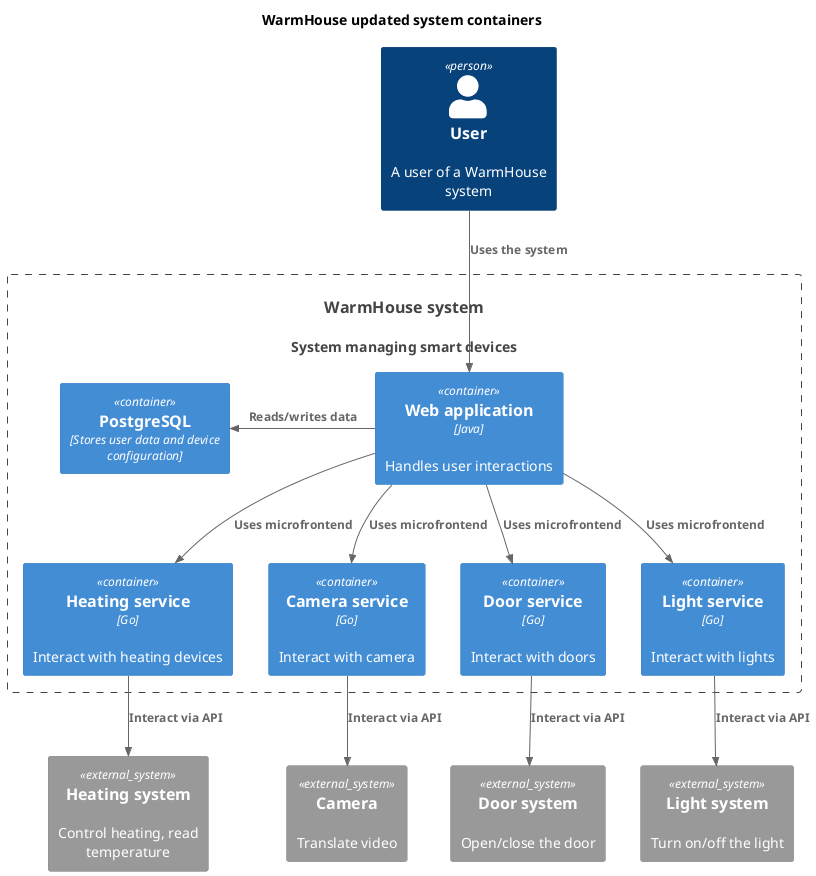
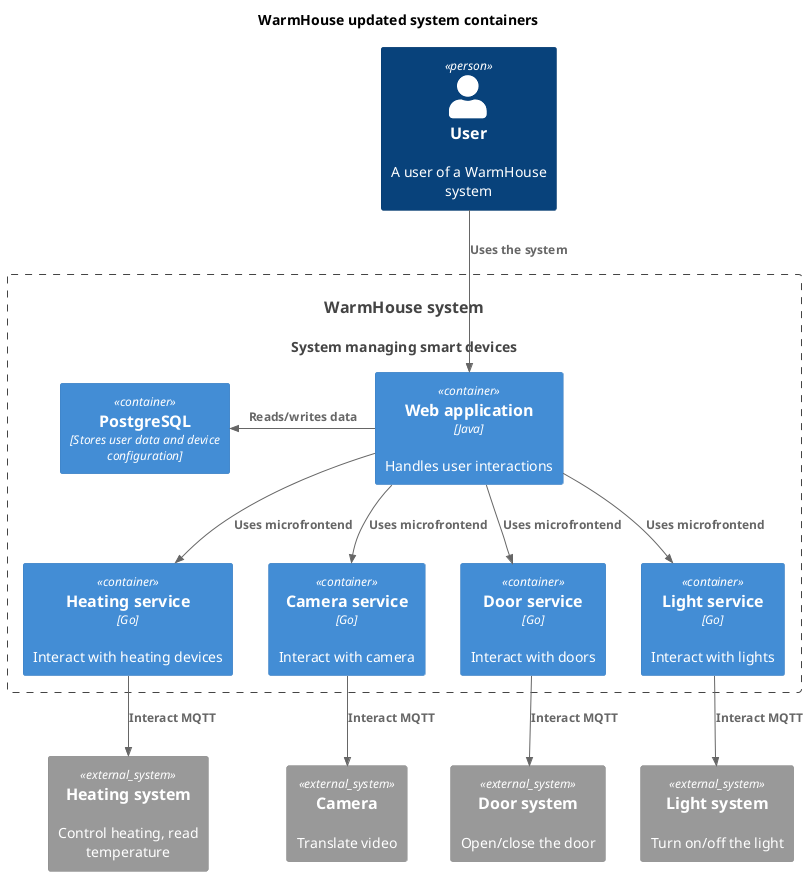
@startuml WarmHouse_containers

title WarmHouse updated system containers

top to bottom direction

'!includeurl https://raw.githubusercontent.com/RicardoNiepel/C4-PlantUML/master/C4_Component.puml
!include <C4/C4_Component.puml>

Person(user, "User", "A user of a WarmHouse system")
System(WarmHouseSystem, "WarmHouse system", "System managing smart devices")

Container_Boundary(WarmHouseSystem, "WarmHouse system") {
    Container(WebApp, "Web application", "Java", "Handles user interactions")
    Container(Database, "PostgreSQL", "Stores user data and device configuration")
    Container(TemperatureService, "Heating service", "Go", "Interact with heating devices")
    Container(CameraService, "Camera service", "Go", "Interact with camera")
    Container(DoorService, "Door service", "Go", "Interact with doors")
    Container(LightService, "Light service", "Go", "Interact with lights")

}

System_Ext(TemperatureDev, "Heating system", "Control heating, read temperature")
System_Ext(Camera, "Camera", "Translate video")
System_Ext(Doors, "Door system", "Open/close the door")
System_Ext(LightDev, "Light system", "Turn on/off the light")

Rel(user, WebApp, "Uses the system")
Rel_L(WebApp, Database, "Reads/writes data")
Rel(WebApp, TemperatureService, "Uses microfrontend")
Rel(WebApp, CameraService, "Uses microfrontend")
Rel(WebApp, DoorService, "Uses microfrontend")
Rel(WebApp, LightService, "Uses microfrontend")

- Rel(TemperatureService, TemperatureDev, "Interact via API")
- Rel(LightService, LightDev, "Interact via API")
- Rel(CameraService, Camera, "Interact via API")
- Rel(DoorService, Doors, "Interact via API")
+ Rel(TemperatureService, TemperatureDev, "Interact MQTT")
+ Rel(LightService, LightDev, "Interact MQTT")
+ Rel(CameraService, Camera, "Interact MQTT")
+ Rel(DoorService, Doors, "Interact MQTT")

@enduml